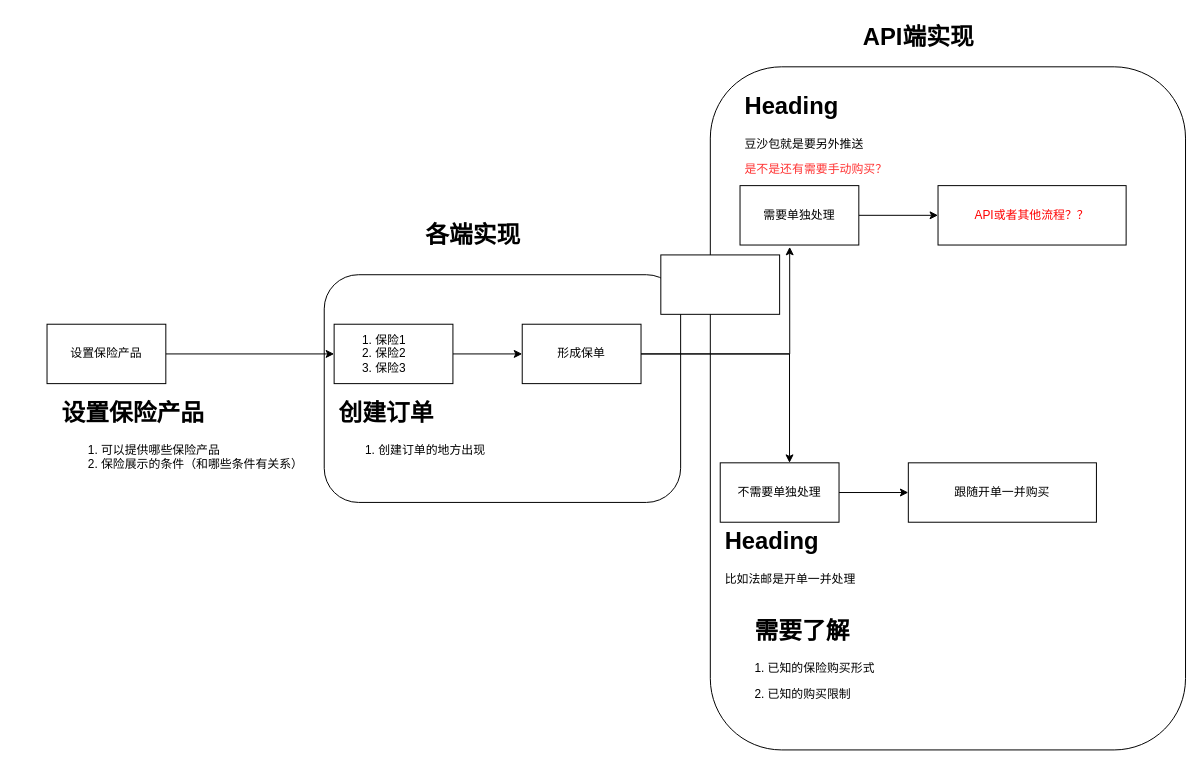
The draw.io diagram Edockey/Insurance.drawio in maclxf/ProjectDraw, before the edit. Source tidied: cells renumbered, new cells numbered last; positions are measured from the earlier drawing's top-left corner, leaving out a move shared by most shapes. Both pictures are drawn from the tidied source at 99%, with x=0, y=0 at pixel (47, 17).
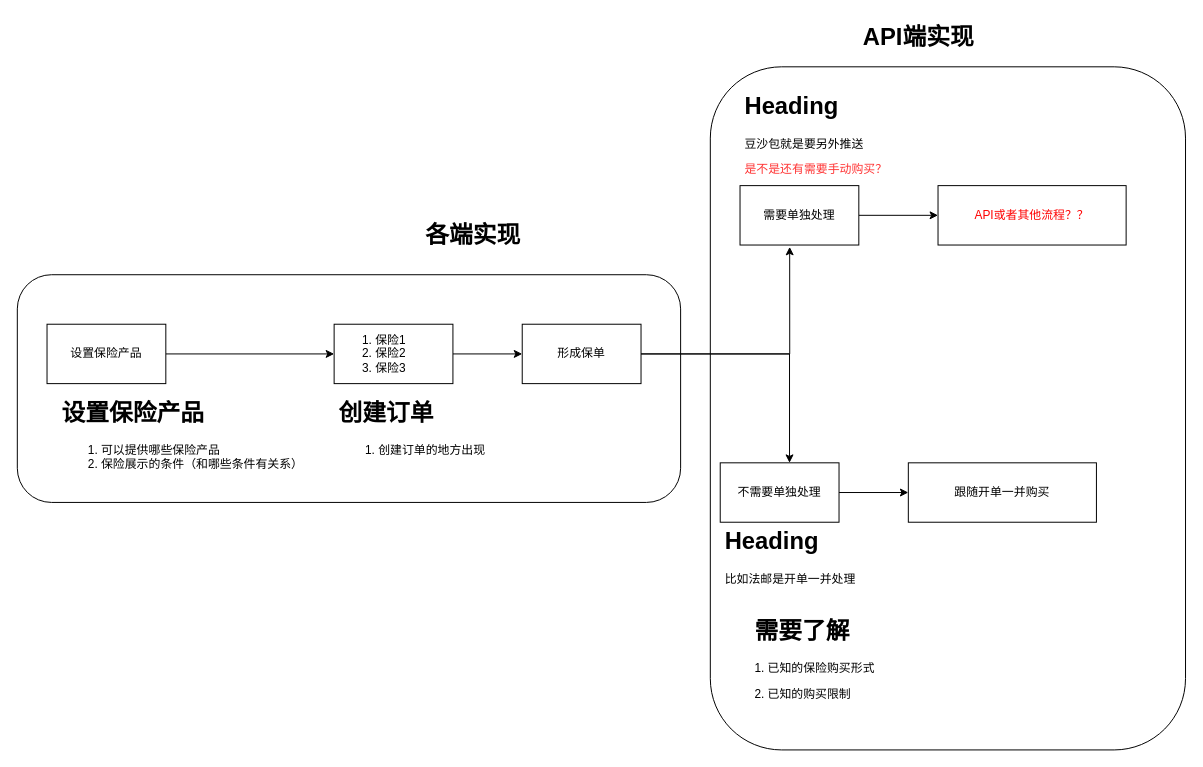
Above is the later version.

What changed in the source:
```diff
@@
     <mxCell id="3" style="rounded=1;whiteSpace=wrap;html=1;align=left;" parent="1" vertex="1">
-      <mxGeometry x="280" y="260" width="360" height="230" as="geometry" />
+      <mxGeometry x="-30" y="260" width="670" height="230" as="geometry" />
     </mxCell>
@@
-    <mxCell id="21" style="rounded=0;whiteSpace=wrap;html=1;align=left;" parent="1" vertex="1">
-      <mxGeometry x="620" y="240" width="120" height="60" as="geometry" />
-    </mxCell>
```
